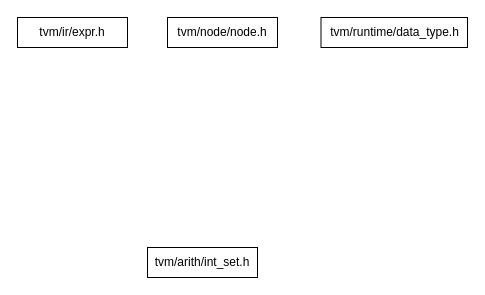
Earlier version of the draw.io diagram arith.drawio (spz0507/kvmstudy). Source tidied: cells renumbered, new cells numbered last; positions are measured from the earlier drawing's top-left corner, leaving out a move shared by most shapes. Both pictures are drawn from the tidied source at 100%, with x=0, y=0 at pixel (17, 17).
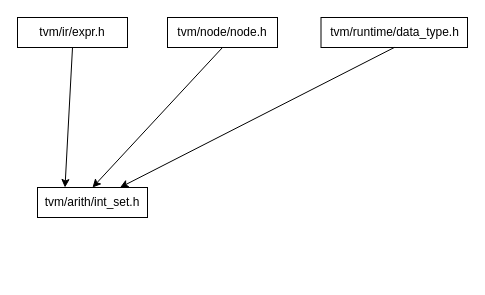
The same diagram, later.

Diff of the diagram source:
```diff
@@
 <mxGraphModel>
   <root>
     <mxCell id="0" />
     <mxCell id="1" parent="0" />
     <mxCell id="2" value="tvm/ir/expr.h" style="html=1;whiteSpace=wrap;" parent="1" vertex="1">
       <mxGeometry width="110" height="30" as="geometry" />
     </mxCell>
     <mxCell id="3" value="tvm/node/node.h" style="html=1;whiteSpace=wrap;" parent="1" vertex="1">
       <mxGeometry x="150" width="110" height="30" as="geometry" />
     </mxCell>
     <mxCell id="4" value="tvm/runtime/data_type.h" style="html=1;whiteSpace=wrap;" parent="1" vertex="1">
       <mxGeometry x="303.5" width="146.5" height="30" as="geometry" />
     </mxCell>
     <mxCell id="5" value="tvm/arith/int_set.h" style="html=1;whiteSpace=wrap;" parent="1" vertex="1">
-      <mxGeometry x="130" y="230" width="110" height="30" as="geometry" />
+      <mxGeometry x="20" y="170" width="110" height="30" as="geometry" />
     </mxCell>
+    <mxCell id="6" style="endArrow=classic;html=1;rounded=0;exitX=0.5;exitY=1;exitDx=0;exitDy=0;entryX=0.25;entryY=0;entryDx=0;entryDy=0;" parent="1" edge="1" source="2" target="5">
+      <mxGeometry relative="1" as="geometry" />
+    </mxCell>
+    <mxCell id="7" style="endArrow=classic;html=1;rounded=0;exitX=0.5;exitY=1;exitDx=0;exitDy=0;entryX=0.5;entryY=0;entryDx=0;entryDy=0;" parent="1" edge="1" source="3" target="5">
+      <mxGeometry relative="1" as="geometry" />
+    </mxCell>
+    <mxCell id="8" style="endArrow=classic;html=1;rounded=0;exitX=0.5;exitY=1;exitDx=0;exitDy=0;entryX=0.75;entryY=0;entryDx=0;entryDy=0;" parent="1" edge="1" source="4" target="5">
+      <mxGeometry relative="1" as="geometry" />
+    </mxCell>
   </root>
 </mxGraphModel>
```
